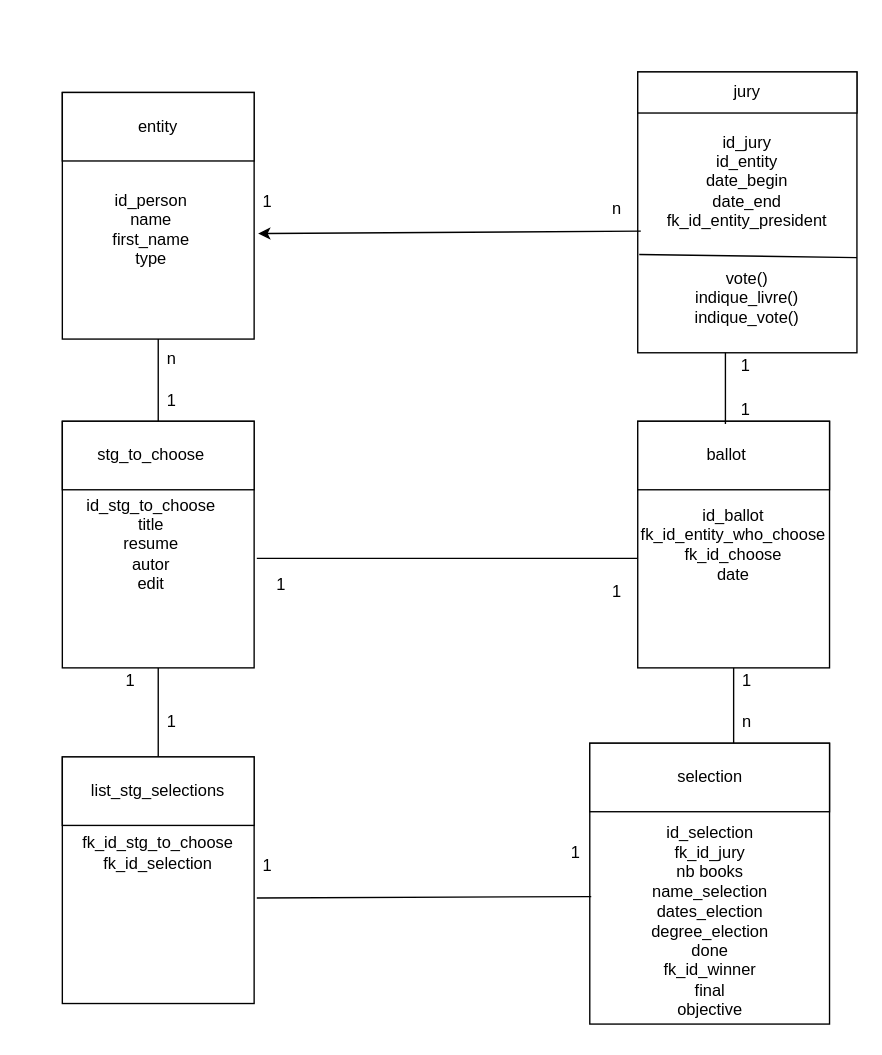
The draw.io diagram Diagramme_des_classes.drawio in phpfms/Eval_Goncourt, before the edit. Source tidied: cells renumbered, new cells numbered last; positions are measured from the earlier drawing's top-left corner, leaving out a move shared by most shapes. Both pictures are drawn from the tidied source at 137%, with x=0, y=0 at pixel (62, 71).
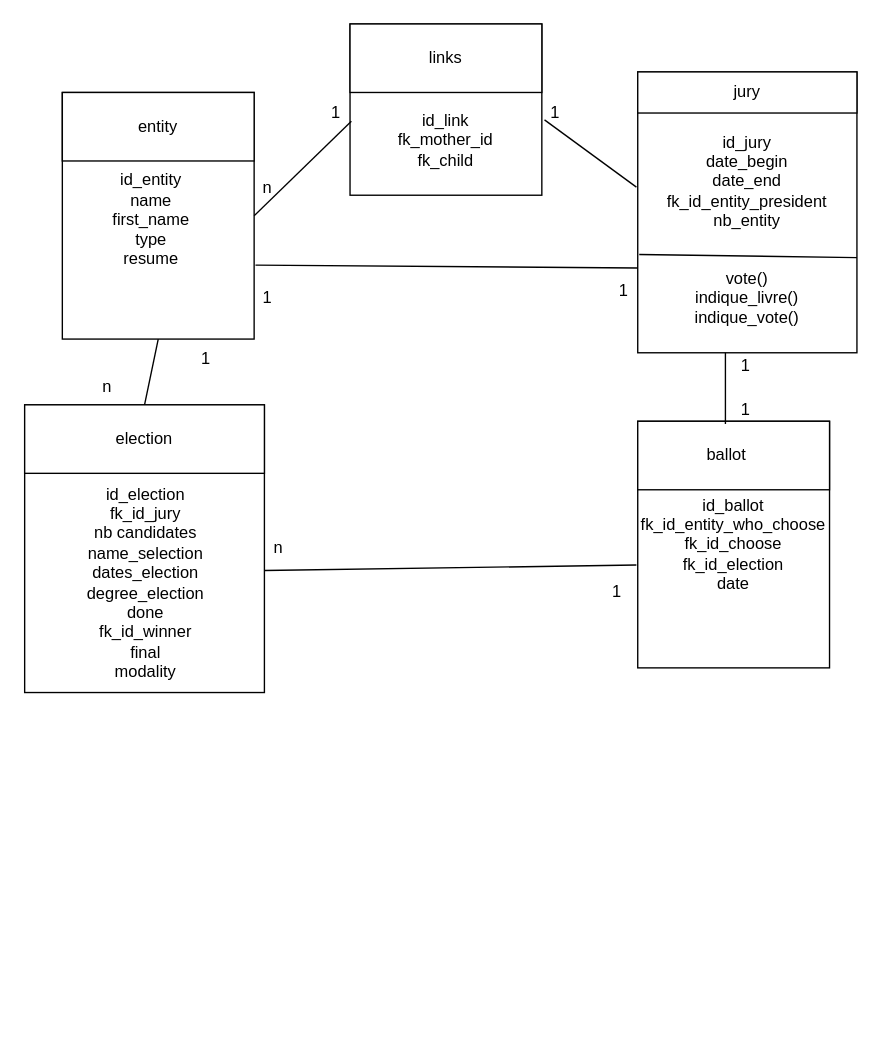
The same diagram, later.

Commit message (it also covers changes not shown here):
simplification de l'architecture

The change refers to these unchanged cells:
```xml
<mxCell id="15" style="rounded=0;whiteSpace=wrap;html=1;" parent="1" vertex="1">
  <mxGeometry y="15" width="140" height="180" as="geometry" />
</mxCell>
<mxCell id="16" style="rounded=0;whiteSpace=wrap;html=1;" parent="1" vertex="1">
  <mxGeometry x="420" width="160" height="205" as="geometry" />
</mxCell>
```

Diff of the diagram source:
```diff
@@
     <mxCell id="2" style="rounded=0;whiteSpace=wrap;html=1;" parent="1" vertex="1">
-      <mxGeometry x="385" y="490" width="175" height="205" as="geometry" />
+      <mxGeometry x="-27.5" y="243" width="175" height="210" as="geometry" />
     </mxCell>
     <mxCell id="3" style="rounded=0;whiteSpace=wrap;html=1;" parent="1" vertex="1">
-      <mxGeometry x="385" y="490" width="175" height="50" as="geometry" />
+      <mxGeometry x="-27.5" y="243" width="175" height="50" as="geometry" />
     </mxCell>
-    <mxCell id="4" value="&lt;div&gt;&lt;span style=&quot;background-color: transparent; color: light-dark(rgb(0, 0, 0), rgb(255, 255, 255));&quot;&gt;selection&lt;/span&gt;&lt;/div&gt;" style="text;html=1;whiteSpace=wrap;strokeColor=none;fillColor=none;align=center;verticalAlign=middle;rounded=0;" parent="1" vertex="1">
-      <mxGeometry x="437.5" y="500" width="70" height="30" as="geometry" />
+    <mxCell id="4" value="&lt;div&gt;&lt;span style=&quot;background-color: transparent; color: light-dark(rgb(0, 0, 0), rgb(255, 255, 255));&quot;&gt;election&lt;/span&gt;&lt;/div&gt;" style="text;html=1;whiteSpace=wrap;strokeColor=none;fillColor=none;align=center;verticalAlign=middle;rounded=0;" parent="1" vertex="1">
+      <mxGeometry x="30" y="253" width="60" height="30" as="geometry" />
     </mxCell>
-    <mxCell id="5" value="&lt;div&gt;id_selection&lt;/div&gt;&lt;div&gt;fk_id_jury&lt;/div&gt;nb books&lt;div&gt;name_selection&lt;/div&gt;&lt;div&gt;dates_election&lt;/div&gt;&lt;div&gt;degree_election&lt;/div&gt;&lt;div&gt;done&lt;/div&gt;&lt;div&gt;fk_id_winner&lt;/div&gt;&lt;div&gt;final&lt;/div&gt;&lt;div&gt;objective&lt;/div&gt;" style="text;html=1;whiteSpace=wrap;strokeColor=none;fillColor=none;align=center;verticalAlign=middle;rounded=0;" parent="1" vertex="1">
-      <mxGeometry x="418" y="540" width="110" height="160" as="geometry" />
+    <mxCell id="5" value="&lt;div&gt;id_election&lt;/div&gt;&lt;div&gt;fk_id_jury&lt;/div&gt;nb candidates&lt;div&gt;name_selection&lt;/div&gt;&lt;div&gt;dates_election&lt;/div&gt;&lt;div&gt;degree_election&lt;/div&gt;&lt;div&gt;done&lt;/div&gt;&lt;div&gt;fk_id_winner&lt;/div&gt;&lt;div&gt;final&lt;/div&gt;&lt;div&gt;modality&lt;/div&gt;" style="text;html=1;whiteSpace=wrap;strokeColor=none;fillColor=none;align=center;verticalAlign=middle;rounded=0;" parent="1" vertex="1">
+      <mxGeometry x="5.5" y="293" width="110" height="160" as="geometry" />
     </mxCell>
-    <mxCell id="6" style="edgeStyle=orthogonalEdgeStyle;rounded=0;jettySize=auto;html=1;entryX=0.5;entryY=1;entryDx=0;entryDy=0;endArrow=none;endFill=0;" parent="1" edge="1" source="7" target="11">
-      <mxGeometry relative="1" as="geometry" />
-    </mxCell>
-    <mxCell id="7" style="rounded=0;whiteSpace=wrap;html=1;" parent="1" vertex="1">
-      <mxGeometry y="500" width="140" height="180" as="geometry" />
-    </mxCell>
-    <mxCell id="8" style="rounded=0;whiteSpace=wrap;html=1;" parent="1" vertex="1">
-      <mxGeometry y="500" width="140" height="50" as="geometry" />
-    </mxCell>
-    <mxCell id="9" value="list_stg_selections" style="text;html=1;whiteSpace=wrap;strokeColor=none;fillColor=none;align=center;verticalAlign=middle;rounded=0;" parent="1" vertex="1">
-      <mxGeometry x="10" y="510" width="120" height="30" as="geometry" />
-    </mxCell>
-    <mxCell id="10" value="fk_id_stg_to_choose&lt;div&gt;fk_id_selection&lt;/div&gt;" style="text;html=1;whiteSpace=wrap;strokeColor=none;fillColor=none;align=center;verticalAlign=middle;rounded=0;" parent="1" vertex="1">
-      <mxGeometry x="5" y="550" width="130" height="40" as="geometry" />
-    </mxCell>
-    <mxCell id="11" style="rounded=0;whiteSpace=wrap;html=1;" parent="1" vertex="1">
-      <mxGeometry y="255" width="140" height="180" as="geometry" />
-    </mxCell>
-    <mxCell id="12" style="rounded=0;whiteSpace=wrap;html=1;" parent="1" vertex="1">
-      <mxGeometry y="255" width="140" height="50" as="geometry" />
-    </mxCell>
-    <mxCell id="13" value="stg_to_choose" style="text;html=1;whiteSpace=wrap;strokeColor=none;fillColor=none;align=center;verticalAlign=middle;rounded=0;" parent="1" vertex="1">
-      <mxGeometry x="15" y="265" width="100" height="30" as="geometry" />
-    </mxCell>
-    <mxCell id="14" value="id_stg_to_choose&lt;div&gt;title&lt;/div&gt;&lt;div&gt;resume&lt;/div&gt;&lt;div&gt;autor&lt;/div&gt;&lt;div&gt;edit&lt;/div&gt;" style="text;html=1;whiteSpace=wrap;strokeColor=none;fillColor=none;align=center;verticalAlign=middle;rounded=0;" parent="1" vertex="1">
-      <mxGeometry x="5" y="300" width="120" height="90" as="geometry" />
-    </mxCell>
@@
-    <mxCell id="21" value="id_person&lt;div&gt;name&lt;/div&gt;&lt;div&gt;first_name&lt;/div&gt;&lt;div&gt;type&lt;/div&gt;" style="text;html=1;whiteSpace=wrap;strokeColor=none;fillColor=none;align=center;verticalAlign=middle;rounded=0;" parent="1" vertex="1">
-      <mxGeometry x="25" y="80" width="80" height="70" as="geometry" />
+    <mxCell id="21" value="id_entity&lt;div&gt;name&lt;/div&gt;&lt;div&gt;first_name&lt;/div&gt;&lt;div&gt;type&lt;/div&gt;&lt;div&gt;resume&lt;/div&gt;&lt;div&gt;&lt;br&gt;&lt;/div&gt;" style="text;html=1;whiteSpace=wrap;strokeColor=none;fillColor=none;align=center;verticalAlign=middle;rounded=0;" parent="1" vertex="1">
+      <mxGeometry x="25" y="65" width="80" height="100" as="geometry" />
     </mxCell>
-    <mxCell id="22" value="id_jury&lt;div&gt;&lt;span style=&quot;background-color: transparent; color: light-dark(rgb(0, 0, 0), rgb(255, 255, 255));&quot;&gt;id_entity&lt;/span&gt;&lt;/div&gt;&lt;div&gt;date_begin&lt;/div&gt;&lt;div&gt;date_end&lt;/div&gt;&lt;div&gt;fk_id_entity_president&lt;/div&gt;" style="text;html=1;whiteSpace=wrap;strokeColor=none;fillColor=none;align=center;verticalAlign=middle;rounded=0;" parent="1" vertex="1">
+    <mxCell id="22" value="id_jury&lt;div&gt;&lt;div&gt;date_begin&lt;/div&gt;&lt;div&gt;date_end&lt;/div&gt;&lt;div&gt;fk_id_entity_president&lt;/div&gt;&lt;div&gt;nb_entity&lt;/div&gt;&lt;/div&gt;" style="text;html=1;whiteSpace=wrap;strokeColor=none;fillColor=none;align=center;verticalAlign=middle;rounded=0;" parent="1" vertex="1">
       <mxGeometry x="430" y="35" width="140" height="90" as="geometry" />
     </mxCell>
-    <mxCell id="23" value="&lt;div&gt;id_ballot&lt;/div&gt;&lt;div&gt;fk_id_entity_who_choose&lt;br&gt;fk_i&lt;span style=&quot;background-color: transparent; color: light-dark(rgb(0, 0, 0), rgb(255, 255, 255));&quot;&gt;d_choose&lt;/span&gt;&lt;/div&gt;&lt;div&gt;date&lt;/div&gt;" style="rounded=0;whiteSpace=wrap;html=1;" parent="1" vertex="1">
+    <mxCell id="23" value="&lt;div&gt;id_ballot&lt;/div&gt;&lt;div&gt;fk_id_entity_who_choose&lt;br&gt;fk_i&lt;span style=&quot;background-color: transparent; color: light-dark(rgb(0, 0, 0), rgb(255, 255, 255));&quot;&gt;d_choose&lt;/span&gt;&lt;/div&gt;&lt;div&gt;&lt;span style=&quot;background-color: transparent; color: light-dark(rgb(0, 0, 0), rgb(255, 255, 255));&quot;&gt;fk_id_election&lt;/span&gt;&lt;/div&gt;&lt;div&gt;date&lt;/div&gt;" style="rounded=0;whiteSpace=wrap;html=1;" parent="1" vertex="1">
       <mxGeometry x="420" y="255" width="140" height="180" as="geometry" />
     </mxCell>
@@
-    <mxCell id="26" style="endArrow=none;html=1;rounded=0;startArrow=classic;startFill=1;entryX=0.014;entryY=0.567;entryDx=0;entryDy=0;entryPerimeter=0;" parent="1" edge="1" target="16">
-      <mxGeometry relative="1" as="geometry">
-        <mxPoint x="142.9" y="118" as="sourcePoint" />
-      </mxGeometry>
+    <mxCell id="26" style="endArrow=none;html=1;rounded=0;startArrow=none;startFill=0;entryX=0;entryY=0.698;entryDx=0;entryDy=0;entryPerimeter=0;exitX=1.007;exitY=0.7;exitDx=0;exitDy=0;exitPerimeter=0;" parent="1" edge="1" source="15" target="16">
+      <mxGeometry relative="1" as="geometry" />
     </mxCell>
-    <mxCell id="27" value="1" style="text;html=1;whiteSpace=wrap;strokeColor=none;fillColor=none;align=center;verticalAlign=middle;rounded=0;" parent="1" vertex="1">
-      <mxGeometry x="140" y="80" width="20" height="30" as="geometry" />
+    <mxCell id="27" value="n" style="text;html=1;whiteSpace=wrap;strokeColor=none;fillColor=none;align=center;verticalAlign=middle;rounded=0;" parent="1" vertex="1">
+      <mxGeometry x="140" y="70" width="20" height="30" as="geometry" />
     </mxCell>
-    <mxCell id="28" style="endArrow=none;html=1;rounded=0;exitX=1.014;exitY=0.572;exitDx=0;exitDy=0;exitPerimeter=0;entryX=0.006;entryY=0.546;entryDx=0;entryDy=0;entryPerimeter=0;" parent="1" edge="1" source="7" target="2">
-      <mxGeometry relative="1" as="geometry" />
-    </mxCell>
@@
-    <mxCell id="31" style="endArrow=none;html=1;rounded=0;exitX=1.014;exitY=0.556;exitDx=0;exitDy=0;exitPerimeter=0;entryX=0;entryY=0.556;entryDx=0;entryDy=0;entryPerimeter=0;" parent="1" edge="1" source="11" target="23">
-      <mxGeometry relative="1" as="geometry" />
-    </mxCell>
-    <mxCell id="32" style="endArrow=none;html=1;rounded=0;exitX=0.5;exitY=0;exitDx=0;exitDy=0;entryX=0.5;entryY=1;entryDx=0;entryDy=0;" parent="1" edge="1" source="12" target="15">
-      <mxGeometry relative="1" as="geometry" />
-    </mxCell>
-    <mxCell id="33" value="n" style="text;html=1;whiteSpace=wrap;strokeColor=none;fillColor=none;align=center;verticalAlign=middle;rounded=0;" parent="1" vertex="1">
-      <mxGeometry x="395" y="85" width="20" height="30" as="geometry" />
+    <mxCell id="33" value="1" style="text;html=1;whiteSpace=wrap;strokeColor=none;fillColor=none;align=center;verticalAlign=middle;rounded=0;" parent="1" vertex="1">
+      <mxGeometry x="400" y="145" width="20" height="30" as="geometry" />
     </mxCell>
@@
-    <mxCell id="35" value="1" style="text;html=1;whiteSpace=wrap;strokeColor=none;fillColor=none;align=center;verticalAlign=middle;rounded=0;" parent="1" vertex="1">
-      <mxGeometry x="70" y="225" width="20" height="30" as="geometry" />
-    </mxCell>
-    <mxCell id="36" value="n" style="text;html=1;whiteSpace=wrap;strokeColor=none;fillColor=none;align=center;verticalAlign=middle;rounded=0;" parent="1" vertex="1">
-      <mxGeometry x="70" y="195" width="20" height="30" as="geometry" />
-    </mxCell>
-    <mxCell id="37" value="1" style="text;html=1;whiteSpace=wrap;strokeColor=none;fillColor=none;align=center;verticalAlign=middle;rounded=0;" parent="1" vertex="1">
-      <mxGeometry x="150" y="360" width="20" height="30" as="geometry" />
-    </mxCell>
-    <mxCell id="38" value="1" style="text;html=1;whiteSpace=wrap;strokeColor=none;fillColor=none;align=center;verticalAlign=middle;rounded=0;" parent="1" vertex="1">
-      <mxGeometry x="395" y="365" width="20" height="30" as="geometry" />
-    </mxCell>
-    <mxCell id="39" value="1" style="text;html=1;whiteSpace=wrap;strokeColor=none;fillColor=none;align=center;verticalAlign=middle;rounded=0;" parent="1" vertex="1">
-      <mxGeometry x="40" y="430" width="20" height="30" as="geometry" />
-    </mxCell>
-    <mxCell id="40" value="1" style="text;html=1;whiteSpace=wrap;strokeColor=none;fillColor=none;align=center;verticalAlign=middle;rounded=0;" parent="1" vertex="1">
-      <mxGeometry x="70" y="460" width="20" height="30" as="geometry" />
-    </mxCell>
-    <mxCell id="41" value="1" style="text;html=1;whiteSpace=wrap;strokeColor=none;fillColor=none;align=center;verticalAlign=middle;rounded=0;" parent="1" vertex="1">
-      <mxGeometry x="140" y="565" width="20" height="30" as="geometry" />
-    </mxCell>
-    <mxCell id="42" value="1" style="text;html=1;whiteSpace=wrap;strokeColor=none;fillColor=none;align=center;verticalAlign=middle;rounded=0;" parent="1" vertex="1">
-      <mxGeometry x="365" y="555" width="20" height="30" as="geometry" />
-    </mxCell>
-    <mxCell id="43" value="n" style="text;html=1;whiteSpace=wrap;strokeColor=none;fillColor=none;align=center;verticalAlign=middle;rounded=0;" parent="1" vertex="1">
-      <mxGeometry x="490" y="460" width="20" height="30" as="geometry" />
-    </mxCell>
     <mxCell id="44" value="1" style="text;html=1;whiteSpace=wrap;strokeColor=none;fillColor=none;align=center;verticalAlign=middle;rounded=0;" parent="1" vertex="1">
-      <mxGeometry x="490" y="430" width="20" height="30" as="geometry" />
+      <mxGeometry x="395" y="365" width="20" height="30" as="geometry" />
     </mxCell>
@@
-    <mxCell id="47" style="endArrow=none;html=1;rounded=0;exitX=0;exitY=1;exitDx=0;exitDy=0;entryX=0.5;entryY=1;entryDx=0;entryDy=0;" parent="1" edge="1" source="43" target="23">
+    <mxCell id="47" style="endArrow=none;html=1;rounded=0;exitX=1;exitY=0.576;exitDx=0;exitDy=0;entryX=-0.007;entryY=0.583;entryDx=0;entryDy=0;exitPerimeter=0;entryPerimeter=0;" parent="1" edge="1" source="2" target="23">
       <mxGeometry relative="1" as="geometry" />
     </mxCell>
+    <mxCell id="48" style="rounded=0;whiteSpace=wrap;html=1;" parent="1" vertex="1">
+      <mxGeometry x="210" y="-35" width="140" height="125" as="geometry" />
+    </mxCell>
+    <mxCell id="49" style="rounded=0;whiteSpace=wrap;html=1;" parent="1" vertex="1">
+      <mxGeometry x="210" y="-35" width="140" height="50" as="geometry" />
+    </mxCell>
+    <mxCell id="50" value="links" style="text;html=1;whiteSpace=wrap;strokeColor=none;fillColor=none;align=center;verticalAlign=middle;rounded=0;" parent="1" vertex="1">
+      <mxGeometry x="255" y="-25" width="50" height="30" as="geometry" />
+    </mxCell>
+    <mxCell id="51" value="&lt;div&gt;id_link&lt;/div&gt;fk_mother_id&lt;div&gt;&lt;div&gt;fk_child&lt;/div&gt;&lt;/div&gt;" style="text;html=1;whiteSpace=wrap;strokeColor=none;fillColor=none;align=center;verticalAlign=middle;rounded=0;" parent="1" vertex="1">
+      <mxGeometry x="235" y="20" width="90" height="60" as="geometry" />
+    </mxCell>
+    <mxCell id="52" style="endArrow=none;html=1;rounded=0;exitX=1;exitY=0.5;exitDx=0;exitDy=0;entryX=0.007;entryY=0.568;entryDx=0;entryDy=0;entryPerimeter=0;" parent="1" edge="1" source="15" target="48">
+      <mxGeometry relative="1" as="geometry" />
+    </mxCell>
+    <mxCell id="53" value="1" style="text;html=1;whiteSpace=wrap;strokeColor=none;fillColor=none;align=center;verticalAlign=middle;rounded=0;" parent="1" vertex="1">
+      <mxGeometry x="190" y="15" width="20" height="30" as="geometry" />
+    </mxCell>
+    <mxCell id="54" value="1" style="text;html=1;whiteSpace=wrap;strokeColor=none;fillColor=none;align=center;verticalAlign=middle;rounded=0;" parent="1" vertex="1">
+      <mxGeometry x="140" y="150" width="20" height="30" as="geometry" />
+    </mxCell>
+    <mxCell id="55" style="endArrow=none;html=1;rounded=0;exitX=-0.006;exitY=0.41;exitDx=0;exitDy=0;exitPerimeter=0;entryX=1.014;entryY=0.56;entryDx=0;entryDy=0;entryPerimeter=0;" parent="1" edge="1" source="16" target="48">
+      <mxGeometry relative="1" as="geometry" />
+    </mxCell>
+    <mxCell id="56" value="1" style="text;html=1;whiteSpace=wrap;strokeColor=none;fillColor=none;align=center;verticalAlign=middle;rounded=0;" parent="1" vertex="1">
+      <mxGeometry x="350" y="15" width="20" height="30" as="geometry" />
+    </mxCell>
+    <mxCell id="57" value="n" style="text;html=1;whiteSpace=wrap;strokeColor=none;fillColor=none;align=center;verticalAlign=middle;rounded=0;" parent="1" vertex="1">
+      <mxGeometry x="147.5" y="333" width="20" height="30" as="geometry" />
+    </mxCell>
+    <mxCell id="58" style="endArrow=none;html=1;rounded=0;entryX=0.5;entryY=1;entryDx=0;entryDy=0;exitX=0.5;exitY=0;exitDx=0;exitDy=0;" parent="1" edge="1" source="3" target="15">
+      <mxGeometry relative="1" as="geometry" />
+    </mxCell>
+    <mxCell id="59" value="1" style="text;html=1;whiteSpace=wrap;strokeColor=none;fillColor=none;align=center;verticalAlign=middle;rounded=0;" parent="1" vertex="1">
+      <mxGeometry x="95" y="195" width="20" height="30" as="geometry" />
+    </mxCell>
+    <mxCell id="60" value="n" style="text;html=1;whiteSpace=wrap;strokeColor=none;fillColor=none;align=center;verticalAlign=middle;rounded=0;" parent="1" vertex="1">
+      <mxGeometry x="22.5" y="215" width="20" height="30" as="geometry" />
+    </mxCell>
```
